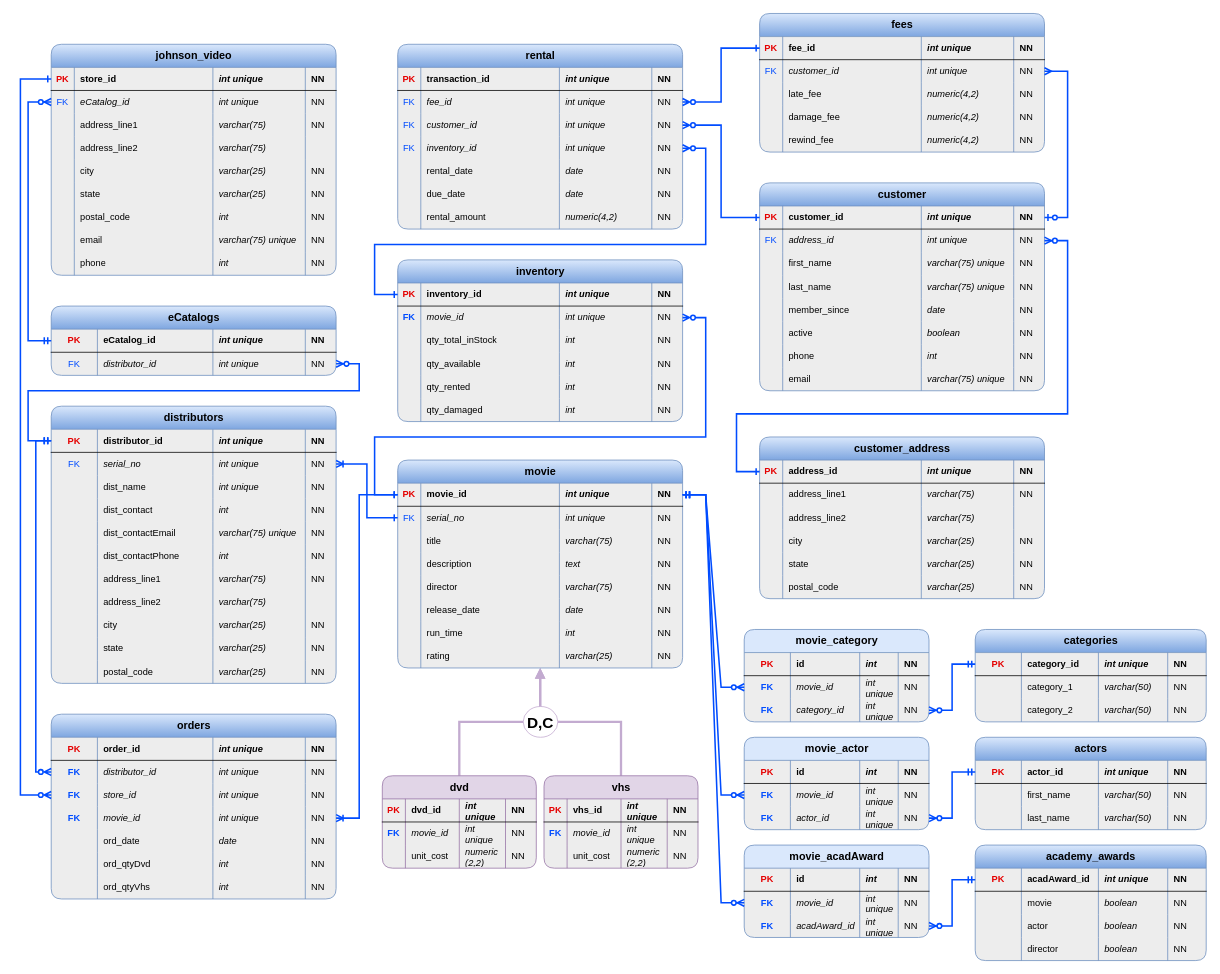
This is mis407-ct4-portfolio-milestone.drawio from argounova/draw-io, a draw.io file, before an edit. Source tidied: cells renumbered, new cells numbered last; positions are measured from the earlier drawing's top-left corner, leaving out a move shared by most shapes. Both pictures are drawn from the tidied source at 77%, with x=0, y=0 at pixel (20, 13).
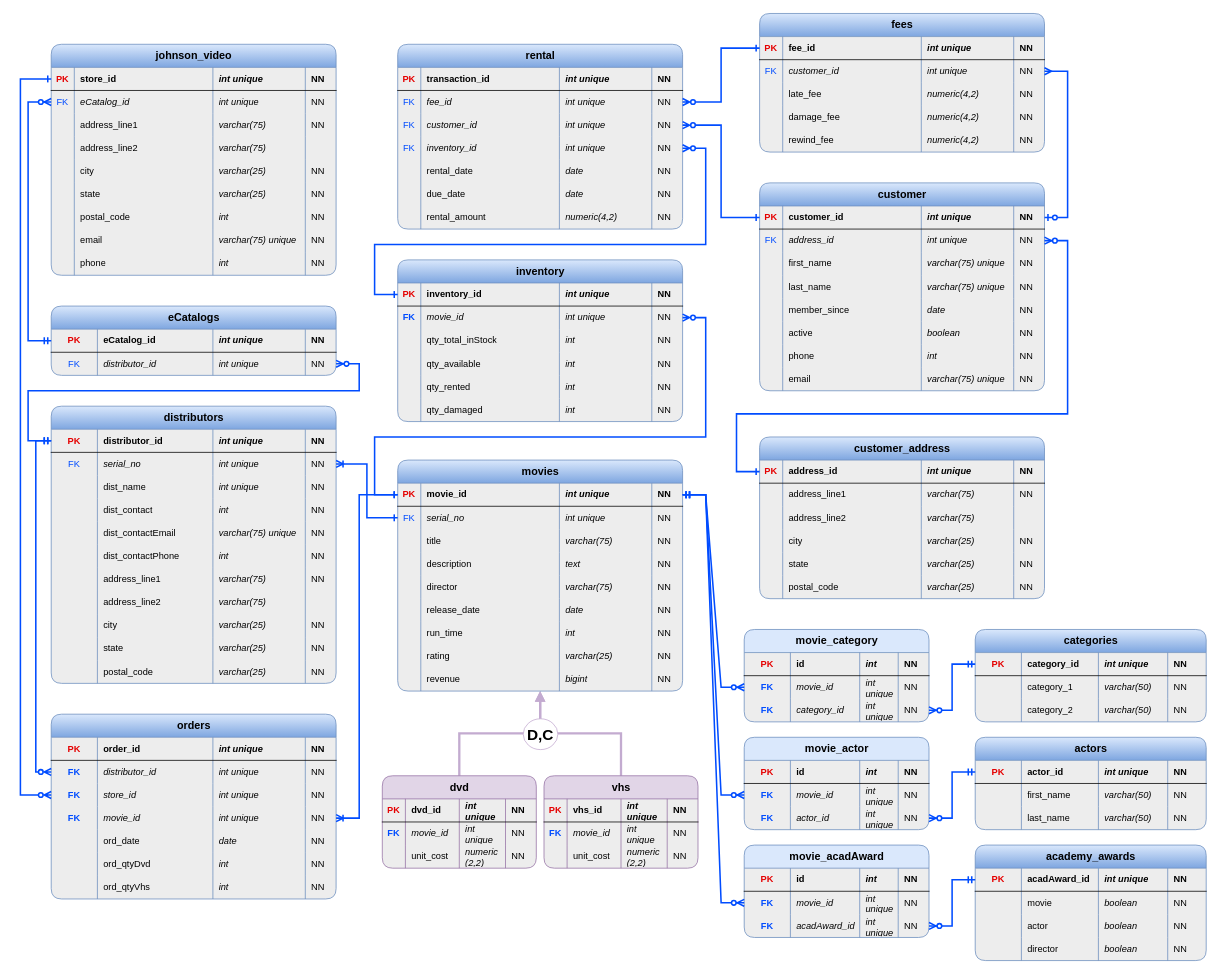
The same diagram, later.

The edit, as a diff of the source:
```diff
@@
-    <mxCell id="92" value="movie" style="shape=table;startSize=30;childLayout=tableLayout;rowLines=0;fontStyle=1;align=center;html=1;fontSize=14;fillColor=#dae8fc;gradientColor=#7ea6e0;strokeColor=#6c8ebf;swimlaneFillColor=#EDEDED;rounded=1;shadow=0;" parent="1" vertex="1">
-      <mxGeometry x="490" y="580" width="370" height="270" as="geometry" />
+    <mxCell id="92" value="movies" style="shape=table;startSize=30;childLayout=tableLayout;rowLines=0;fontStyle=1;align=center;html=1;fontSize=14;fillColor=#dae8fc;gradientColor=#7ea6e0;strokeColor=#6c8ebf;swimlaneFillColor=#EDEDED;rounded=1;shadow=0;" parent="1" vertex="1">
+      <mxGeometry x="490" y="580" width="370" height="300" as="geometry" />
     </mxCell>
@@
+    <mxCell id="511" style="shape=tableRow;horizontal=0;startSize=0;swimlaneHead=0;swimlaneBody=0;fillColor=none;top=0;left=0;right=0;bottom=0;" parent="92" vertex="1">
+      <mxGeometry y="270" width="370" height="30" as="geometry" />
+    </mxCell>
+    <mxCell id="512" style="shape=partialRectangle;fillColor=none;top=0;left=0;bottom=0;right=0;overflow=hidden;whiteSpace=wrap;html=1;" parent="511" vertex="1">
+      <mxGeometry width="30" height="30" as="geometry" />
+    </mxCell>
+    <mxCell id="513" value="revenue&amp;nbsp;" style="shape=partialRectangle;fillColor=none;top=0;left=0;bottom=0;right=0;align=left;spacingLeft=6;overflow=hidden;whiteSpace=wrap;html=1;" parent="511" vertex="1">
+      <mxGeometry x="30" width="180" height="30" as="geometry" />
+    </mxCell>
+    <mxCell id="514" value="bigint" style="shape=partialRectangle;fillColor=none;top=0;left=0;bottom=0;right=0;align=left;spacingLeft=6;overflow=hidden;whiteSpace=wrap;html=1;fontStyle=2;" parent="511" vertex="1">
+      <mxGeometry x="210" width="120" height="30" as="geometry" />
+    </mxCell>
+    <mxCell id="515" value="NN" style="shape=partialRectangle;fillColor=none;top=0;left=0;bottom=0;right=0;align=left;spacingLeft=6;overflow=hidden;whiteSpace=wrap;html=1;" parent="511" vertex="1">
+      <mxGeometry x="330" width="40" height="30" as="geometry" />
+    </mxCell>
@@
     <mxCell id="222" value="&lt;b&gt;&lt;font style=&quot;font-size: 20px;&quot;&gt;D,C&lt;/font&gt;&lt;/b&gt;" style="ellipse;whiteSpace=wrap;html=1;align=center;strokeColor=#C3ABD0;" parent="1" vertex="1">
-      <mxGeometry x="653" y="900" width="45" height="40" as="geometry" />
+      <mxGeometry x="653" y="916" width="45" height="40" as="geometry" />
     </mxCell>
```
